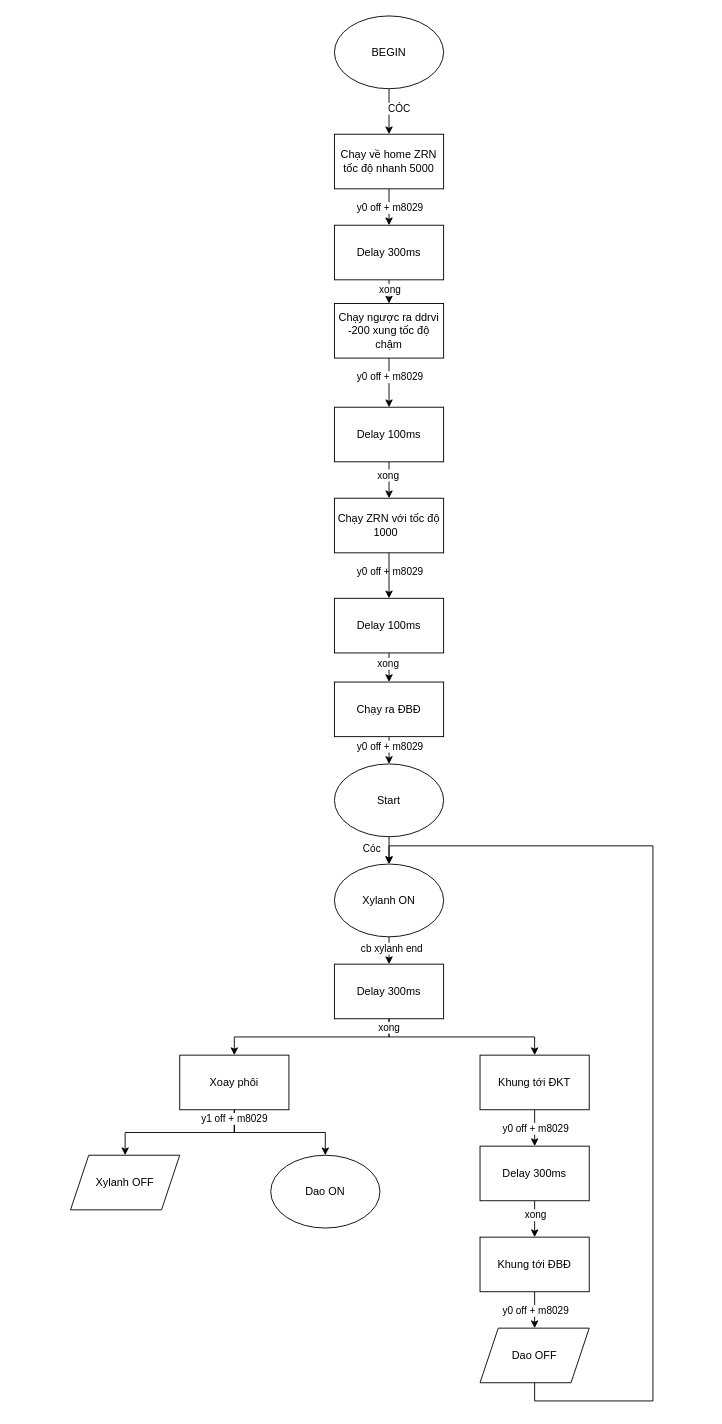
Before: chuong trinh con dkp.drawio in robowindgit/CA-77, a draw.io diagram. Source tidied: cells renumbered, new cells numbered last; positions are measured from the earlier drawing's top-left corner, leaving out a move shared by most shapes. Both pictures are drawn from the tidied source at 91%, with x=0, y=0 at pixel (70, 15).
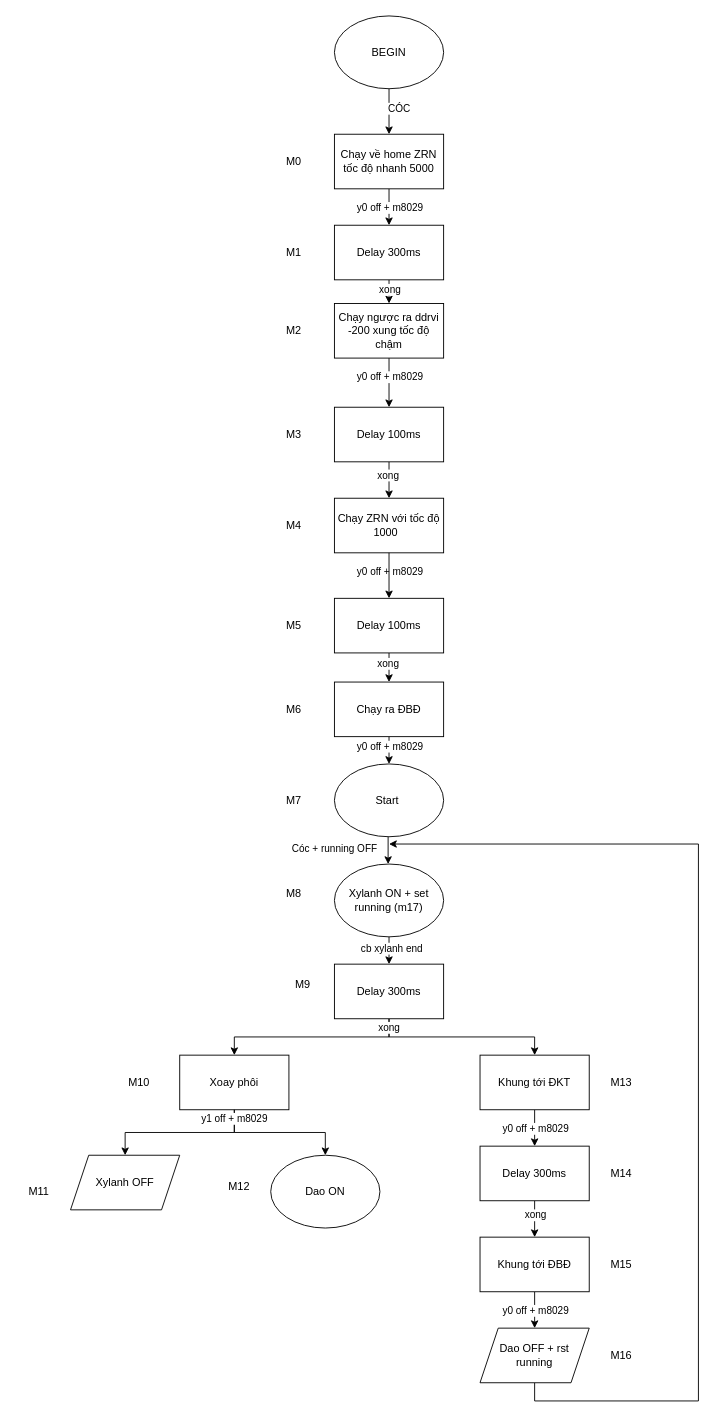
After the change.

Commit message (it also covers changes not shown here):
Cập nhật chuong trinh con dkp.drawio

What changed in the source:
```diff
@@
-    <mxCell id="14" style="edgeStyle=orthogonalEdgeStyle;rounded=0;jettySize=auto;html=1;exitX=0.5;exitY=1;exitDx=0;exitDy=0;entryX=0.5;entryY=0;entryDx=0;entryDy=0;" parent="1" edge="1" source="16" target="19">
-      <mxGeometry relative="1" as="geometry" />
+    <mxCell id="14" style="edgeStyle=orthogonalEdgeStyle;rounded=0;orthogonalLoop=1;jettySize=auto;html=1;exitX=0.5;exitY=1;exitDx=0;exitDy=0;entryX=0.5;entryY=0;entryDx=0;entryDy=0;" parent="1" edge="1">
+      <mxGeometry relative="1" as="geometry">
+        <mxPoint x="349" y="902" as="sourcePoint" />
+        <mxPoint x="349" y="932" as="targetPoint" />
+      </mxGeometry>
     </mxCell>
-    <mxCell id="15" value="Cóc" style="edgeLabel;html=1;align=center;verticalAlign=middle;" parent="14" vertex="1">
+    <mxCell id="15" value="Cóc + running OFF" style="edgeLabel;html=1;align=center;verticalAlign=middle;" parent="14" vertex="1">
       <mxGeometry x="-0.2" y="-2" relative="1" as="geometry">
-        <mxPoint x="-18" as="offset" />
+        <mxPoint x="-58" as="offset" />
       </mxGeometry>
     </mxCell>
-    <mxCell id="16" value="Start" style="ellipse;whiteSpace=wrap;html=1;" parent="1" vertex="1">
+    <mxCell id="16" value="Start&amp;nbsp;" style="ellipse;whiteSpace=wrap;html=1;" parent="1" vertex="1">
       <mxGeometry x="290" y="822" width="120" height="80" as="geometry" />
     </mxCell>
@@
-    <mxCell id="19" value="Xylanh ON" style="ellipse;whiteSpace=wrap;html=1;" parent="1" vertex="1">
+    <mxCell id="19" value="Xylanh ON + set running (m17)" style="ellipse;whiteSpace=wrap;html=1;" parent="1" vertex="1">
       <mxGeometry x="290" y="932" width="120" height="80" as="geometry" />
     </mxCell>
@@
-    <mxCell id="39" style="edgeStyle=orthogonalEdgeStyle;rounded=0;jettySize=auto;html=1;exitX=0.5;exitY=1;exitDx=0;exitDy=0;entryX=0.5;entryY=0;entryDx=0;entryDy=0;" parent="1" edge="1" target="19">
-      <mxGeometry relative="1" as="geometry">
-        <mxPoint x="510" y="1502" as="sourcePoint" />
-        <Array as="points">
-          <mxPoint x="510" y="1522" />
-          <mxPoint x="640" y="1522" />
-          <mxPoint x="640" y="912" />
-          <mxPoint x="350" y="912" />
-        </Array>
-      </mxGeometry>
-    </mxCell>
@@
+    <mxCell id="53" style="edgeStyle=orthogonalEdgeStyle;rounded=0;jettySize=auto;html=1;exitX=0.5;exitY=1;exitDx=0;exitDy=0;" parent="1" edge="1" source="43">
+      <mxGeometry relative="1" as="geometry">
+        <mxPoint x="350" y="910" as="targetPoint" />
+        <Array as="points">
+          <mxPoint x="510" y="1522" />
+          <mxPoint x="690" y="1522" />
+          <mxPoint x="690" y="910" />
+        </Array>
+      </mxGeometry>
+    </mxCell>
-    <mxCell id="43" value="Dao OFF" style="shape=parallelogram;perimeter=parallelogramPerimeter;whiteSpace=wrap;html=1;fixedSize=1;" parent="1" vertex="1">
+    <mxCell id="43" value="Dao OFF + rst running" style="shape=parallelogram;perimeter=parallelogramPerimeter;whiteSpace=wrap;html=1;fixedSize=1;" parent="1" vertex="1">
       <mxGeometry x="450" y="1442" width="120" height="60" as="geometry" />
     </mxCell>
@@
+    <mxCell id="54" value="M0" style="text;html=1;align=center;verticalAlign=middle;strokeColor=none;fillColor=none;" parent="1" vertex="1">
+      <mxGeometry x="225" y="145" width="40" height="30" as="geometry" />
+    </mxCell>
+    <mxCell id="55" value="M1" style="text;html=1;align=center;verticalAlign=middle;strokeColor=none;fillColor=none;" parent="1" vertex="1">
+      <mxGeometry x="225" y="245" width="40" height="30" as="geometry" />
+    </mxCell>
+    <mxCell id="56" value="M2" style="text;html=1;align=center;verticalAlign=middle;strokeColor=none;fillColor=none;" parent="1" vertex="1">
+      <mxGeometry x="225" y="331" width="40" height="30" as="geometry" />
+    </mxCell>
+    <mxCell id="57" value="M3" style="text;html=1;align=center;verticalAlign=middle;strokeColor=none;fillColor=none;" parent="1" vertex="1">
+      <mxGeometry x="225" y="445" width="40" height="30" as="geometry" />
+    </mxCell>
+    <mxCell id="58" value="M4" style="text;html=1;align=center;verticalAlign=middle;strokeColor=none;fillColor=none;" parent="1" vertex="1">
+      <mxGeometry x="225" y="545" width="40" height="30" as="geometry" />
+    </mxCell>
+    <mxCell id="59" value="M5" style="text;html=1;align=center;verticalAlign=middle;strokeColor=none;fillColor=none;" parent="1" vertex="1">
+      <mxGeometry x="225" y="655" width="40" height="30" as="geometry" />
+    </mxCell>
+    <mxCell id="60" value="M6" style="text;html=1;align=center;verticalAlign=middle;strokeColor=none;fillColor=none;" parent="1" vertex="1">
+      <mxGeometry x="225" y="747" width="40" height="30" as="geometry" />
+    </mxCell>
+    <mxCell id="61" value="M7" style="text;html=1;align=center;verticalAlign=middle;strokeColor=none;fillColor=none;" parent="1" vertex="1">
+      <mxGeometry x="225" y="847" width="40" height="30" as="geometry" />
+    </mxCell>
+    <mxCell id="62" value="M8" style="text;html=1;align=center;verticalAlign=middle;strokeColor=none;fillColor=none;" parent="1" vertex="1">
+      <mxGeometry x="225" y="950" width="40" height="30" as="geometry" />
+    </mxCell>
+    <mxCell id="63" value="M9" style="text;html=1;align=center;verticalAlign=middle;strokeColor=none;fillColor=none;" parent="1" vertex="1">
+      <mxGeometry x="235" y="1050" width="40" height="30" as="geometry" />
+    </mxCell>
+    <mxCell id="64" value="M10" style="text;html=1;align=center;verticalAlign=middle;strokeColor=none;fillColor=none;" parent="1" vertex="1">
+      <mxGeometry x="50" y="1157" width="50" height="30" as="geometry" />
+    </mxCell>
+    <mxCell id="65" value="M11" style="text;html=1;align=center;verticalAlign=middle;strokeColor=none;fillColor=none;" parent="1" vertex="1">
+      <mxGeometry x="-60" y="1277" width="50" height="30" as="geometry" />
+    </mxCell>
+    <mxCell id="66" value="M12" style="text;html=1;align=center;verticalAlign=middle;strokeColor=none;fillColor=none;" parent="1" vertex="1">
+      <mxGeometry x="160" y="1272" width="50" height="30" as="geometry" />
+    </mxCell>
+    <mxCell id="67" value="M13" style="text;html=1;align=center;verticalAlign=middle;strokeColor=none;fillColor=none;" parent="1" vertex="1">
+      <mxGeometry x="580" y="1157" width="50" height="30" as="geometry" />
+    </mxCell>
+    <mxCell id="68" value="M14" style="text;html=1;align=center;verticalAlign=middle;strokeColor=none;fillColor=none;" parent="1" vertex="1">
+      <mxGeometry x="580" y="1257" width="50" height="30" as="geometry" />
+    </mxCell>
+    <mxCell id="69" value="M15" style="text;html=1;align=center;verticalAlign=middle;strokeColor=none;fillColor=none;" parent="1" vertex="1">
+      <mxGeometry x="580" y="1357" width="50" height="30" as="geometry" />
+    </mxCell>
+    <mxCell id="70" value="M16" style="text;html=1;align=center;verticalAlign=middle;strokeColor=none;fillColor=none;" parent="1" vertex="1">
+      <mxGeometry x="580" y="1457" width="50" height="30" as="geometry" />
+    </mxCell>
```
